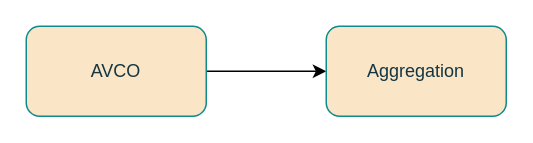
sbindgithub/dev-journal keeps this draw.io diagram as 2026/January/VUCA_Aggregation/Untitled Diagram.drawio. Above is the earlier version. Source tidied: cells renumbered, new cells numbered last; positions are measured from the earlier drawing's top-left corner, leaving out a move shared by most shapes. Both pictures are drawn from the tidied source at 150%, with x=0, y=0 at pixel (26, 26).
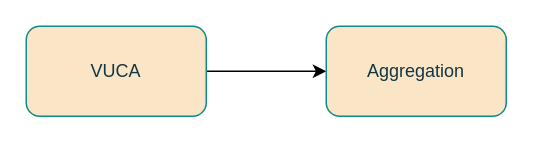
The same diagram, later.

Change to the diagram source:
```diff
@@
 <mxGraphModel>
   <root>
     <mxCell id="0" />
     <mxCell id="1" parent="0" />
     <mxCell id="2" style="edgeStyle=orthogonalEdgeStyle;rounded=0;jettySize=auto;html=1;" parent="1" edge="1" source="3" target="4">
       <mxGeometry relative="1" as="geometry" />
     </mxCell>
-    <mxCell id="3" value="AVCO" style="rounded=1;whiteSpace=wrap;html=1;labelBackgroundColor=none;fillColor=#FAE5C7;strokeColor=#0F8B8D;fontColor=#143642;" parent="1" vertex="1">
+    <mxCell id="3" value="VUCA" style="rounded=1;whiteSpace=wrap;html=1;labelBackgroundColor=none;fillColor=#FAE5C7;strokeColor=#0F8B8D;fontColor=#143642;" parent="1" vertex="1">
       <mxGeometry width="120" height="60" as="geometry" />
     </mxCell>
     <mxCell id="4" value="Aggregation" style="whiteSpace=wrap;html=1;fillColor=#FAE5C7;strokeColor=#0F8B8D;fontColor=#143642;rounded=1;labelBackgroundColor=none;" parent="1" vertex="1">
       <mxGeometry x="200" width="120" height="60" as="geometry" />
     </mxCell>
   </root>
 </mxGraphModel>
```
